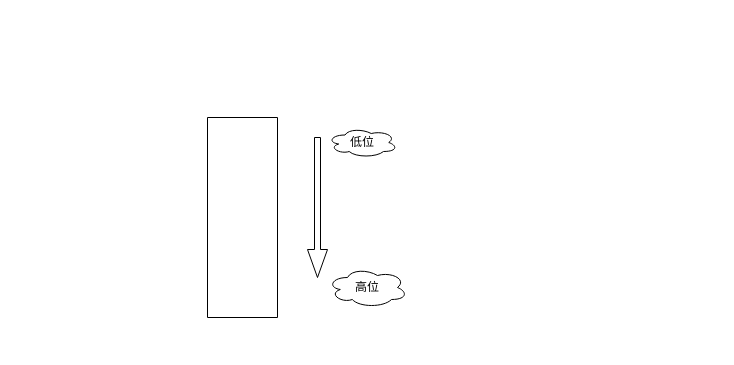
Above: Untitled Diagram.drawio in jiahwa/mydiagrams (draw.io), before the change. Source tidied: cells renumbered, new cells numbered last; positions are measured from the earlier drawing's top-left corner, leaving out a move shared by most shapes. Both pictures are drawn from the tidied source at 100%, with x=0, y=0 at pixel (207, 117).
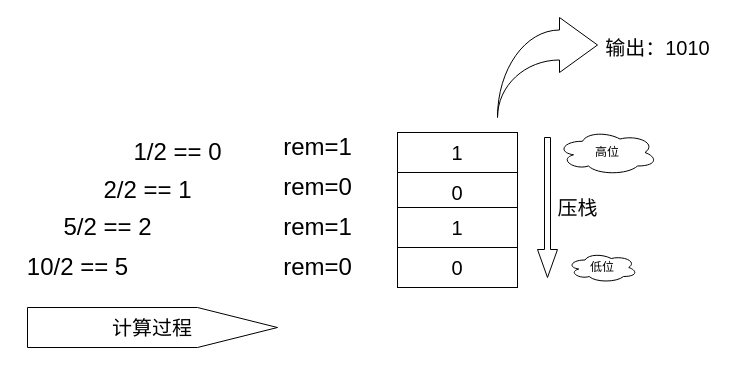
After the change.

What changed in the source:
```diff
@@
     <mxCell id="2" style="shape=singleArrow;direction=north;whiteSpace=wrap;html=1;rotation=-180;" parent="1" vertex="1">
-      <mxGeometry x="100" y="20" width="20" height="140" as="geometry" />
+      <mxGeometry x="330" y="20" width="20" height="140" as="geometry" />
     </mxCell>
-    <mxCell id="3" style="swimlane;startSize=0;" parent="1" vertex="1">
-      <mxGeometry width="70" height="200" as="geometry" />
-    </mxCell>
     <mxCell id="4" value="高位" style="ellipse;shape=cloud;whiteSpace=wrap;html=1;" parent="1" vertex="1">
-      <mxGeometry x="120" y="150" width="80" height="40" as="geometry" />
+      <mxGeometry x="350" y="12.5" width="100" height="45" as="geometry" />
     </mxCell>
     <mxCell id="5" value="低位" style="ellipse;shape=cloud;whiteSpace=wrap;html=1;" parent="1" vertex="1">
-      <mxGeometry x="120" y="10" width="70" height="30" as="geometry" />
+      <mxGeometry x="360" y="135" width="70" height="30" as="geometry" />
     </mxCell>
+    <mxCell id="6" value="1" style="rounded=0;whiteSpace=wrap;html=1;fontSize=20;" parent="1" vertex="1">
+      <mxGeometry x="190" y="15" width="120" height="40" as="geometry" />
+    </mxCell>
+    <mxCell id="7" value="0" style="rounded=0;whiteSpace=wrap;html=1;fontSize=20;" parent="1" vertex="1">
+      <mxGeometry x="190" y="55" width="120" height="40" as="geometry" />
+    </mxCell>
+    <mxCell id="8" value="1" style="rounded=0;whiteSpace=wrap;html=1;fontSize=20;" parent="1" vertex="1">
+      <mxGeometry x="190" y="90" width="120" height="40" as="geometry" />
+    </mxCell>
+    <mxCell id="9" value="0" style="rounded=0;whiteSpace=wrap;html=1;fontSize=20;" parent="1" vertex="1">
+      <mxGeometry x="190" y="130" width="120" height="40" as="geometry" />
+    </mxCell>
+    <mxCell id="10" value="10/2 == 5" style="text;html=1;align=center;verticalAlign=middle;strokeColor=none;fontSize=24;" parent="1" vertex="1">
+      <mxGeometry x="-190" y="135" width="120" height="30" as="geometry" />
+    </mxCell>
+    <mxCell id="11" value="5/2 == 2" style="text;html=1;align=center;verticalAlign=middle;strokeColor=none;fontSize=24;" parent="1" vertex="1">
+      <mxGeometry x="-150" y="95" width="100" height="30" as="geometry" />
+    </mxCell>
+    <mxCell id="12" value="2/2 == 1" style="text;html=1;align=center;verticalAlign=middle;strokeColor=none;fontSize=24;" parent="1" vertex="1">
+      <mxGeometry x="-110" y="57.5" width="100" height="30" as="geometry" />
+    </mxCell>
+    <mxCell id="13" value="1/2 == 0" style="text;html=1;align=center;verticalAlign=middle;strokeColor=none;fontSize=24;" parent="1" vertex="1">
+      <mxGeometry x="-80" y="20" width="100" height="30" as="geometry" />
+    </mxCell>
+    <mxCell id="14" value="rem=1" style="text;html=1;align=center;verticalAlign=middle;strokeColor=none;fontSize=24;" parent="1" vertex="1">
+      <mxGeometry x="70" y="15" width="80" height="30" as="geometry" />
+    </mxCell>
+    <mxCell id="15" value="rem=0" style="text;html=1;align=center;verticalAlign=middle;strokeColor=none;fontSize=24;" parent="1" vertex="1">
+      <mxGeometry x="70" y="55" width="80" height="30" as="geometry" />
+    </mxCell>
+    <mxCell id="16" value="rem=1" style="text;html=1;align=center;verticalAlign=middle;strokeColor=none;fontSize=24;" parent="1" vertex="1">
+      <mxGeometry x="70" y="95" width="80" height="30" as="geometry" />
+    </mxCell>
+    <mxCell id="17" value="rem=0" style="text;html=1;align=center;verticalAlign=middle;strokeColor=none;fontSize=24;" parent="1" vertex="1">
+      <mxGeometry x="70" y="135" width="80" height="30" as="geometry" />
+    </mxCell>
+    <mxCell id="18" style="html=1;shadow=0;dashed=0;align=center;verticalAlign=middle;shape=mxgraph.arrows2.jumpInArrow;dy=15;dx=38;arrowHead=55;fontSize=20;" parent="1" vertex="1">
+      <mxGeometry x="290" y="-100" width="100" height="100" as="geometry" />
+    </mxCell>
+    <mxCell id="19" value="输出：1010" style="text;html=1;align=center;verticalAlign=middle;strokeColor=none;fontSize=20;" parent="1" vertex="1">
+      <mxGeometry x="390" y="-85" width="120" height="30" as="geometry" />
+    </mxCell>
+    <mxCell id="20" value="压栈" style="text;html=1;align=center;verticalAlign=middle;strokeColor=none;fontSize=20;" parent="1" vertex="1">
+      <mxGeometry x="340" y="75" width="60" height="30" as="geometry" />
+    </mxCell>
+    <mxCell id="21" value="计算过程" style="shape=singleArrow;whiteSpace=wrap;html=1;fontSize=20;arrowWidth=1;arrowSize=0.32;" parent="1" vertex="1">
+      <mxGeometry x="-180" y="190" width="250" height="40" as="geometry" />
+    </mxCell>
```
